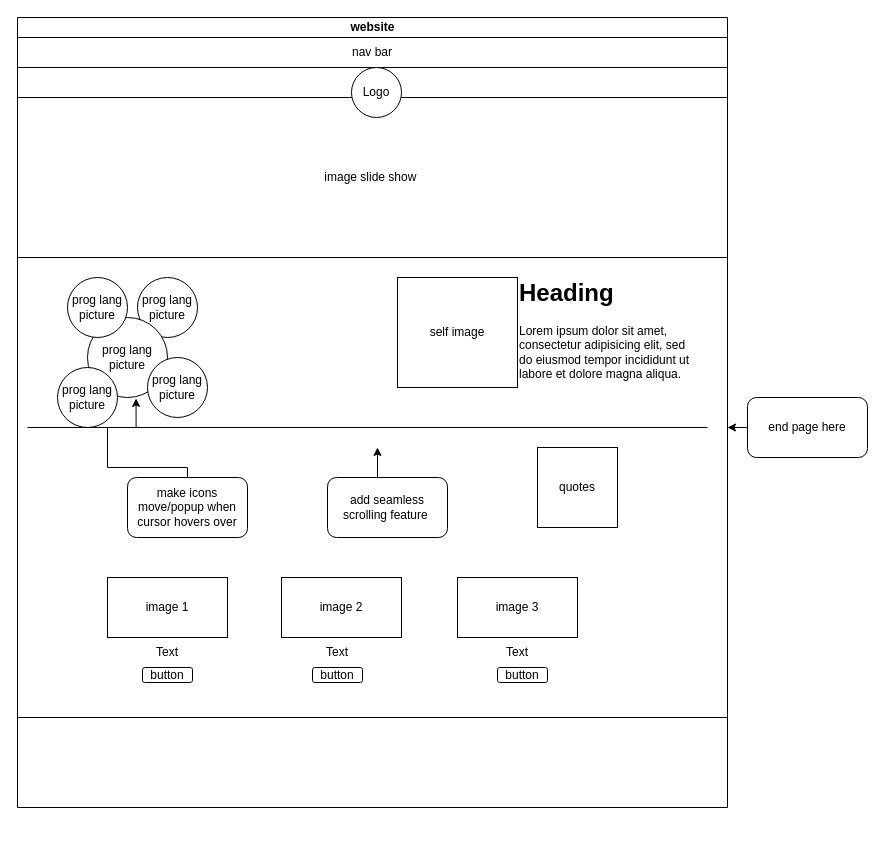
Earlier version of the draw.io diagram Untitled Diagram.drawio (Xytavious/Xytavious.github.io). Source tidied: cells renumbered, new cells numbered last; positions are measured from the earlier drawing's top-left corner, leaving out a move shared by most shapes. Both pictures are drawn from the tidied source at 100%, with x=0, y=0 at pixel (17, 17).
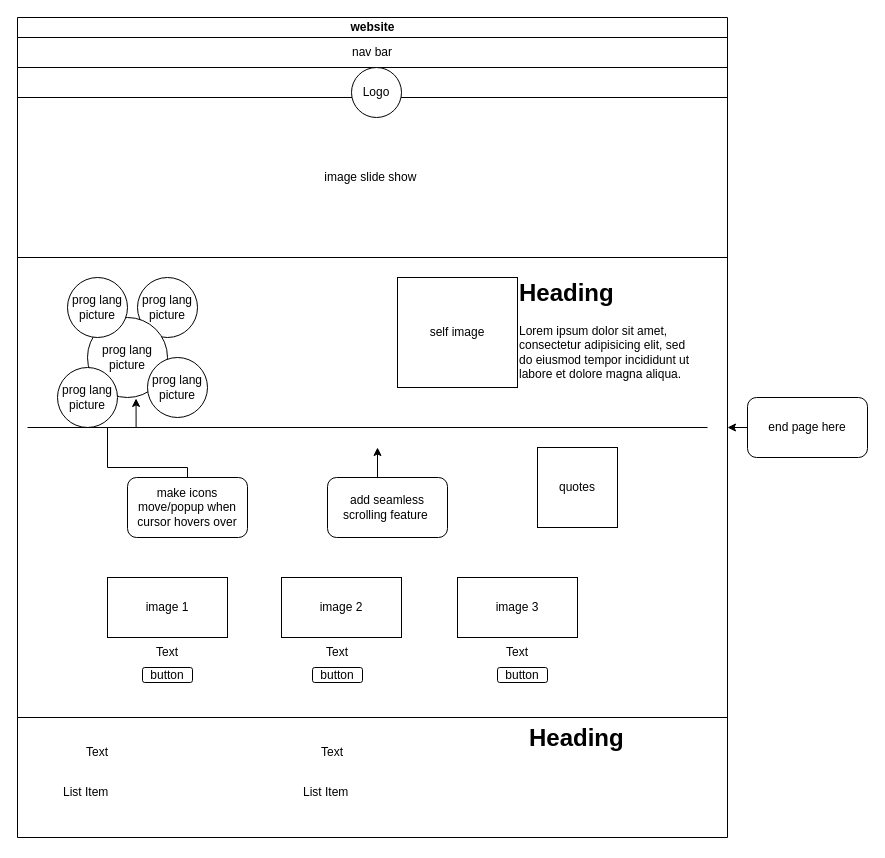
The same page after the edit.

The edit, as a diff of the source:
```diff
@@
     <mxCell id="2" value="website" style="swimlane;html=1;startSize=20;horizontal=1;containerType=tree;glass=0;" parent="1" vertex="1">
-      <mxGeometry width="710" height="790" as="geometry" />
+      <mxGeometry width="710" height="820" as="geometry" />
     </mxCell>
@@
+    <mxCell id="31" value="&lt;h1 style=&quot;margin-top: 0px;&quot;&gt;Heading&lt;/h1&gt;&lt;p&gt;&lt;br&gt;&lt;/p&gt;" style="text;html=1;whiteSpace=wrap;overflow=hidden;rounded=0;" parent="2" vertex="1">
+      <mxGeometry x="510" y="700" width="180" height="120" as="geometry" />
+    </mxCell>
+    <mxCell id="32" value="Text" style="text;html=1;align=center;verticalAlign=middle;whiteSpace=wrap;rounded=0;" parent="2" vertex="1">
+      <mxGeometry x="285" y="720" width="60" height="30" as="geometry" />
+    </mxCell>
+    <mxCell id="33" value="Text" style="text;html=1;align=center;verticalAlign=middle;whiteSpace=wrap;rounded=0;" parent="2" vertex="1">
+      <mxGeometry x="50" y="720" width="60" height="30" as="geometry" />
+    </mxCell>
+    <mxCell id="34" value="List Item" style="text;strokeColor=none;fillColor=none;align=left;verticalAlign=middle;spacingLeft=4;spacingRight=4;overflow=hidden;whiteSpace=wrap;html=1;" parent="2" vertex="1">
+      <mxGeometry x="40" y="760" width="80" height="30" as="geometry" />
+    </mxCell>
+    <mxCell id="35" value="List Item" style="text;strokeColor=none;fillColor=none;align=left;verticalAlign=middle;spacingLeft=4;spacingRight=4;overflow=hidden;whiteSpace=wrap;html=1;" parent="2" vertex="1">
+      <mxGeometry x="280" y="760" width="80" height="30" as="geometry" />
+    </mxCell>
```
